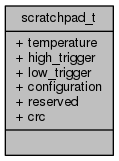
Earlier version of the Graphviz export Arduino-OWI/d8/d89/structscratchpad__t__coll__graph.png (mikaelpatel/mikaelpatel.github.io). Its source is kept beside it as Arduino-OWI/d8/d89/structscratchpad__t__coll__graph.dot. Its diagram source:
```dot
digraph "scratchpad_t"
{
  edge [fontname="Helvetica",fontsize="10",labelfontname="Helvetica",labelfontsize="10"];
  node [fontname="Helvetica",fontsize="10",shape=record];
  Node1 [label="{scratchpad_t\n|+ temperature\l+ high_trigger\l+ low_trigger\l+ configuration\l+ reserved\l+ crc\l|}",height=0.2,width=0.4,color="black", fillcolor="grey75", style="filled", fontcolor="black"];
}
```
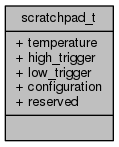
After the change.

Change to the diagram source:
```diff
@@ -2,5 +2,5 @@
 {
   edge [fontname="Helvetica",fontsize="10",labelfontname="Helvetica",labelfontsize="10"];
   node [fontname="Helvetica",fontsize="10",shape=record];
-  Node1 [label="{scratchpad_t\n|+ temperature\l+ high_trigger\l+ low_trigger\l+ configuration\l+ reserved\l+ crc\l|}",height=0.2,width=0.4,color="black", fillcolor="grey75", style="filled", fontcolor="black"];
+  Node1 [label="{scratchpad_t\n|+ temperature\l+ high_trigger\l+ low_trigger\l+ configuration\l+ reserved\l|}",height=0.2,width=0.4,color="black", fillcolor="grey75", style="filled", fontcolor="black"];
 }
```
